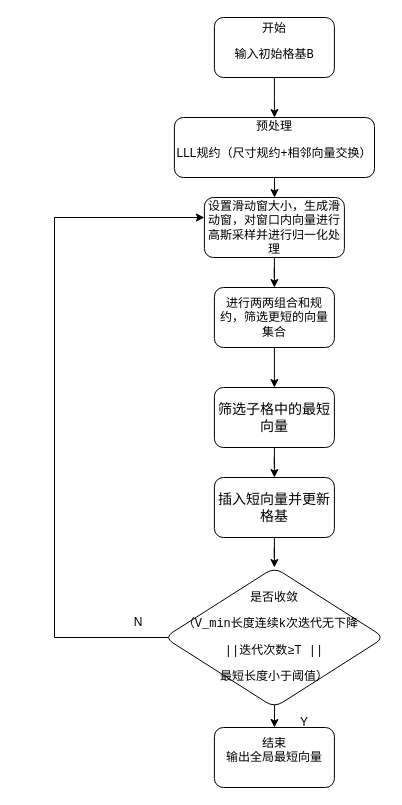
This is g6k_new.drawio from icclBrother/AIinfraDocs, a draw.io file, before an edit. Source tidied: cells renumbered, new cells numbered last; positions are measured from the earlier drawing's top-left corner, leaving out a move shared by most shapes. Both pictures are drawn from the tidied source at 100%, with x=0, y=0 at pixel (54, 17).
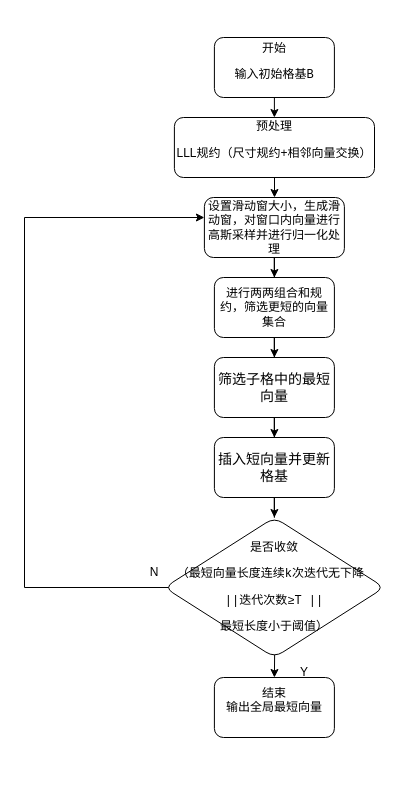
Above is the later version.

The change refers to these unchanged cells:
```xml
<mxCell id="7" value="设置滑动窗大小，生成滑动窗，对窗口内向量进行高斯采样并进行归一化处理" style="whiteSpace=wrap;html=1;rounded=1;" parent="1" vertex="1">
  <mxGeometry x="149.9" y="180" width="140" height="60" as="geometry" />
</mxCell>
```

Diff of the diagram source:
```diff
@@
     <mxCell id="3" value="开始&lt;div&gt;&lt;pre class=&quot;container-_HmLba language-mermaid&quot;&gt;&lt;code class=&quot;language-mermaid&quot;&gt;输入初始格基B&lt;/code&gt;&lt;/pre&gt;&lt;/div&gt;" style="rounded=1;whiteSpace=wrap;html=1;" parent="1" vertex="1">
-      <mxGeometry x="159.9" width="120" height="60" as="geometry" />
+      <mxGeometry x="159.9" y="20" width="120" height="60" as="geometry" />
     </mxCell>
@@
     <mxCell id="9" value="进行两两组合和规约，筛选更短的向量集合" style="whiteSpace=wrap;html=1;rounded=1;" parent="1" vertex="1">
-      <mxGeometry x="159.9" y="270" width="120" height="60" as="geometry" />
+      <mxGeometry x="159.9" y="260" width="120" height="60" as="geometry" />
     </mxCell>
@@
     <mxCell id="11" value="&lt;h3 class=&quot;header-iWP5WJ auto-hide-last-sibling-br&quot;&gt;&lt;span style=&quot;font-weight: normal;&quot;&gt;筛选子格中的最短向量&lt;/span&gt;&lt;/h3&gt;" style="whiteSpace=wrap;html=1;rounded=1;" parent="1" vertex="1">
-      <mxGeometry x="159.9" y="370" width="120" height="60" as="geometry" />
+      <mxGeometry x="159.9" y="340" width="120" height="60" as="geometry" />
     </mxCell>
@@
     <mxCell id="13" value="&lt;h3 class=&quot;header-iWP5WJ auto-hide-last-sibling-br&quot;&gt;&lt;span style=&quot;font-weight: normal;&quot;&gt;插入短向量并更新格基&lt;/span&gt;&lt;/h3&gt;" style="whiteSpace=wrap;html=1;rounded=1;" parent="1" vertex="1">
-      <mxGeometry x="159.9" y="460" width="120" height="60" as="geometry" />
+      <mxGeometry x="159.9" y="420" width="120" height="60" as="geometry" />
     </mxCell>
     <mxCell id="14" style="edgeStyle=orthogonalEdgeStyle;rounded=0;jettySize=auto;html=1;" parent="1" edge="1" target="15">
       <mxGeometry relative="1" as="geometry">
-        <mxPoint x="219.9" y="610" as="sourcePoint" />
+        <mxPoint x="219.9" y="560" as="sourcePoint" />
       </mxGeometry>
     </mxCell>
     <mxCell id="15" value="结束&lt;div&gt;输出全局最短向量&lt;/div&gt;&lt;div&gt;&lt;br&gt;&lt;/div&gt;" style="whiteSpace=wrap;html=1;rounded=1;" parent="1" vertex="1">
-      <mxGeometry x="159.9" y="710" width="120" height="60" as="geometry" />
+      <mxGeometry x="159.9" y="660" width="120" height="60" as="geometry" />
     </mxCell>
-    <mxCell id="16" style="edgeStyle=orthogonalEdgeStyle;rounded=0;jettySize=auto;html=1;" parent="1" edge="1" target="7">
+    <mxCell id="16" style="edgeStyle=orthogonalEdgeStyle;rounded=0;jettySize=auto;html=1;exitX=0.75;exitY=1;exitDx=0;exitDy=0;" parent="1" edge="1" source="19" target="7">
       <mxGeometry relative="1" as="geometry">
-        <mxPoint x="113.9" y="620" as="sourcePoint" />
         <Array as="points">
-          <mxPoint y="620" />
-          <mxPoint y="200" />
+          <mxPoint x="-30" y="570" />
+          <mxPoint x="-30" y="200" />
         </Array>
       </mxGeometry>
     </mxCell>
-    <mxCell id="17" value="&lt;pre class=&quot;container-_HmLba language-mermaid&quot;&gt;&lt;code class=&quot;language-mermaid&quot;&gt;是否收敛&lt;/code&gt;&lt;/pre&gt;&lt;pre class=&quot;container-_HmLba language-mermaid&quot;&gt;&lt;code class=&quot;language-mermaid&quot;&gt;（&lt;/code&gt;V_min长度连续k次迭代无下降 &lt;/pre&gt;&lt;pre class=&quot;container-_HmLba language-mermaid&quot;&gt;||迭代次数≥T ||&lt;/pre&gt;&lt;pre class=&quot;container-_HmLba language-mermaid&quot;&gt;最短长度小于阈值）&lt;/pre&gt;" style="rhombus;whiteSpace=wrap;html=1;rounded=1;" parent="1" vertex="1">
-      <mxGeometry x="109.9" y="550" width="220" height="140" as="geometry" />
+    <mxCell id="17" value="&lt;pre class=&quot;container-_HmLba language-mermaid&quot;&gt;&lt;code class=&quot;language-mermaid&quot;&gt;是否收敛&lt;/code&gt;&lt;/pre&gt;&lt;pre class=&quot;container-_HmLba language-mermaid&quot;&gt;&lt;code class=&quot;language-mermaid&quot;&gt;（最短向量&lt;/code&gt;长度连续k次迭代无下降 &lt;/pre&gt;&lt;pre class=&quot;container-_HmLba language-mermaid&quot;&gt;||迭代次数≥T ||&lt;/pre&gt;&lt;pre class=&quot;container-_HmLba language-mermaid&quot;&gt;最短长度小于阈值）&lt;/pre&gt;" style="rhombus;whiteSpace=wrap;html=1;rounded=1;" parent="1" vertex="1">
+      <mxGeometry x="109.9" y="500" width="220" height="140" as="geometry" />
     </mxCell>
     <mxCell id="18" value="Y" style="text;html=1;whiteSpace=wrap;strokeColor=none;fillColor=none;align=center;verticalAlign=middle;rounded=0;" parent="1" vertex="1">
-      <mxGeometry x="219.9" y="690" width="60" height="30" as="geometry" />
+      <mxGeometry x="219.9" y="640" width="60" height="30" as="geometry" />
     </mxCell>
     <mxCell id="19" value="N" style="text;html=1;whiteSpace=wrap;strokeColor=none;fillColor=none;align=center;verticalAlign=middle;rounded=0;" parent="1" vertex="1">
-      <mxGeometry x="54" y="590" width="60" height="30" as="geometry" />
+      <mxGeometry x="70" y="540" width="60" height="30" as="geometry" />
     </mxCell>
```
